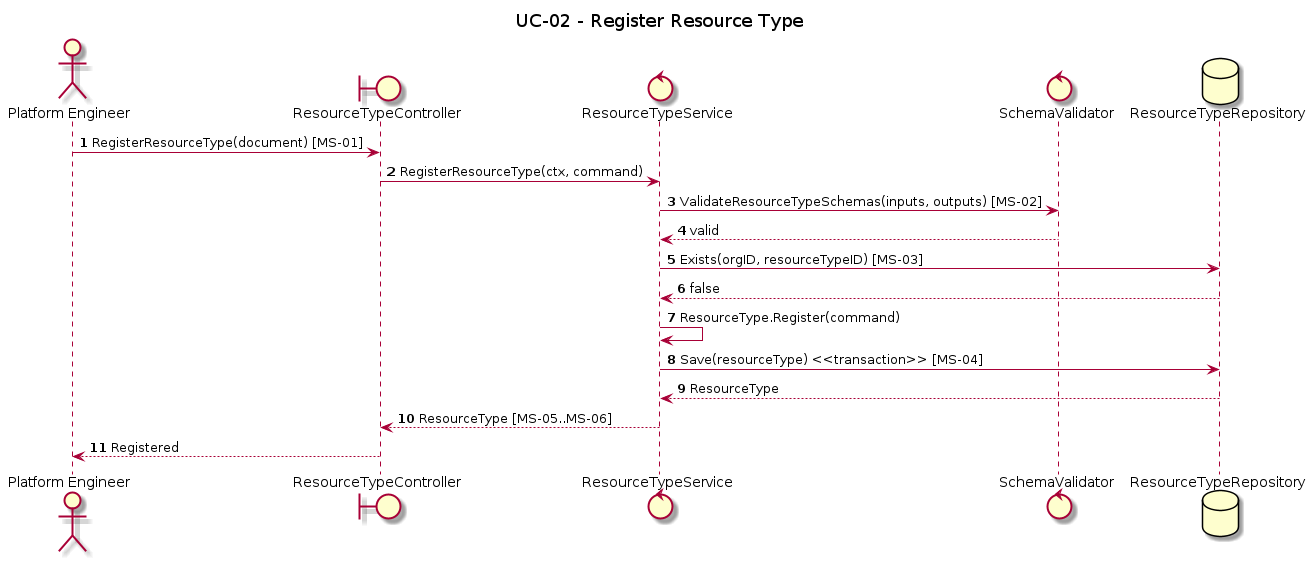
pr3s3nt/poc keeps this PlantUML diagram as orchestrator_docs/usecase/UC-02/sequence.png. Above is the earlier version. Its source is kept beside it as orchestrator_docs/usecase/UC-03/sequence.puml. The source it was exported from:
```plantuml
@startuml
title UC-03 - Register Resource Definition
autonumber
actor "Platform Engineer" as PE
boundary ResourceDefinitionController as API
control ResourceDefinitionService as Service
control DefinitionValidator as Validator
control DriverContractInspector as Inspector
database ResourceTypeRepository as TypeRepo
database ConnectionRepository as ConnectionRepo
database ResourceDefinitionRepository as DefinitionRepo

PE -> API: RegisterResourceDefinition(document, optional profile) [MS-01..MS-02]
API -> Service: RegisterResourceDefinition(ctx, command)
Service -> Validator: ValidateStructureAndCriteria(command) [MS-03, BR-07]
Validator --> Service: valid
note right of Validator
Missing or [] criteria is rejected.
Explicit {} is wildcard score 0.
end note
Service -> TypeRepo: Find(orgID, typeID) [MS-04]
TypeRepo --> Service: ResourceType
Service -> ConnectionRepo: FindReady(connectionID) [MS-04]
ConnectionRepo --> Service: Connection
Service -> Validator: ValidateReferencesAndRules(command) [MS-05]
Validator --> Service: valid
Service -> DefinitionRepo: Exists(orgID, definitionID) [MS-06]
DefinitionRepo --> Service: false
Service -> Inspector: Inspect(definition, resourceType) [MS-07]
Inspector --> Service: DriverContract + fingerprint
Service -> DefinitionRepo: Save(definition, criteria) <<transaction>> [MS-08]
DefinitionRepo --> Service: ResourceDefinition
Service --> API: ResourceDefinition [MS-09]
API --> PE: Registered
note right of DefinitionRepo
Planning first filters by Definition profile,
then scores the five standard criteria.
end note
@enduml
```
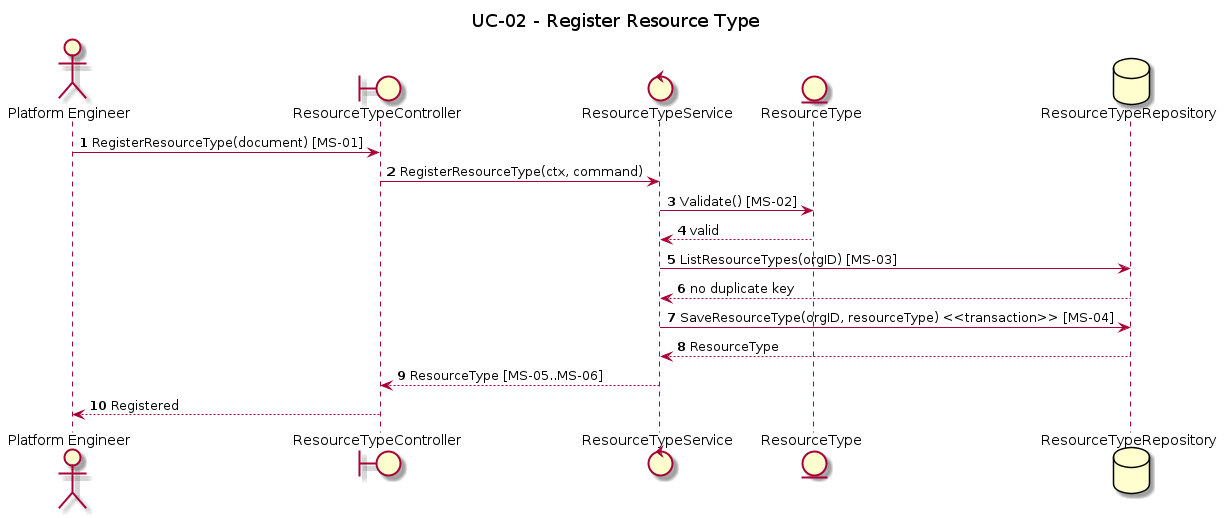
The same file after the commit.

The edit, as a diff of the source:
```diff
@@ -4,7 +4,7 @@
 actor "Platform Engineer" as PE
 boundary ResourceDefinitionController as API
 control ResourceDefinitionService as Service
-control DefinitionValidator as Validator
+entity ResourceDefinition as Validator
 control DriverContractInspector as Inspector
 database ResourceTypeRepository as TypeRepo
 database ConnectionRepository as ConnectionRepo
@@ -12,23 +12,22 @@
 
 PE -> API: RegisterResourceDefinition(document, optional profile) [MS-01..MS-02]
 API -> Service: RegisterResourceDefinition(ctx, command)
-Service -> Validator: ValidateStructureAndCriteria(command) [MS-03, BR-07]
+Service -> Validator: Validate() [MS-03, BR-07]
 Validator --> Service: valid
 note right of Validator
 Missing or [] criteria is rejected.
 Explicit {} is wildcard score 0.
 end note
-Service -> TypeRepo: Find(orgID, typeID) [MS-04]
+Service -> TypeRepo: ListResourceTypes(orgID) [MS-04]
 TypeRepo --> Service: ResourceType
-Service -> ConnectionRepo: FindReady(connectionID) [MS-04]
+Service -> ConnectionRepo: GetConnection(connectionID) + READY/org check [MS-04]
 ConnectionRepo --> Service: Connection
-Service -> Validator: ValidateReferencesAndRules(command) [MS-05]
-Validator --> Service: valid
-Service -> DefinitionRepo: Exists(orgID, definitionID) [MS-06]
-DefinitionRepo --> Service: false
-Service -> Inspector: Inspect(definition, resourceType) [MS-07]
+Service -> Service: validateReferences and provision rules [MS-05]
+Service -> Inspector: Inspect(embedded module) [MS-07]
 Inspector --> Service: DriverContract + fingerprint
-Service -> DefinitionRepo: Save(definition, criteria) <<transaction>> [MS-08]
+Service -> DefinitionRepo: ListResourceDefinitions(orgID) [MS-06]
+DefinitionRepo --> Service: no duplicate ID
+Service -> DefinitionRepo: SaveResourceDefinition(orgID, definition) <<transaction>> [MS-08]
 DefinitionRepo --> Service: ResourceDefinition
 Service --> API: ResourceDefinition [MS-09]
 API --> PE: Registered
```
